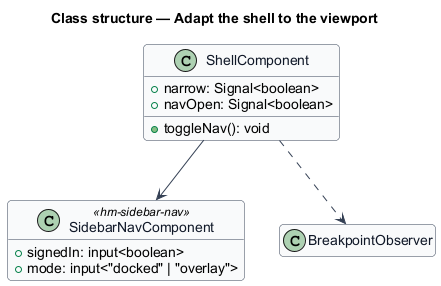
This is docs/detailed-designs/interface/responsive-shell/diagrams/class-structure.png from QuinntyneBrown/hummi, a PlantUML export, as it was before one commit.
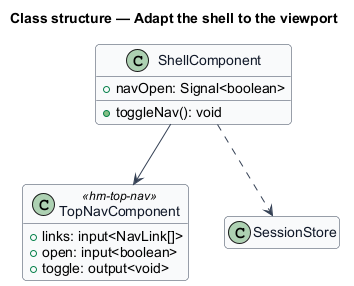
Above is the later version.

The edit, as a diff of the source:
```diff
@@ -13,14 +13,14 @@
 title Class structure — Adapt the shell to the viewport
 
 class ShellComponent {
-  +narrow: Signal<boolean>
   +navOpen: Signal<boolean>
   +toggleNav(): void
 }
-class SidebarNavComponent <<hm-sidebar-nav>> {
-  +signedIn: input<boolean>
-  +mode: input<"docked" | "overlay">
+class TopNavComponent <<hm-top-nav>> {
+  +links: input<NavLink[]>
+  +open: input<boolean>
+  +toggle: output<void>
 }
-ShellComponent --> SidebarNavComponent
-ShellComponent ..> BreakpointObserver
+ShellComponent --> TopNavComponent
+ShellComponent ..> SessionStore
 @enduml
```
